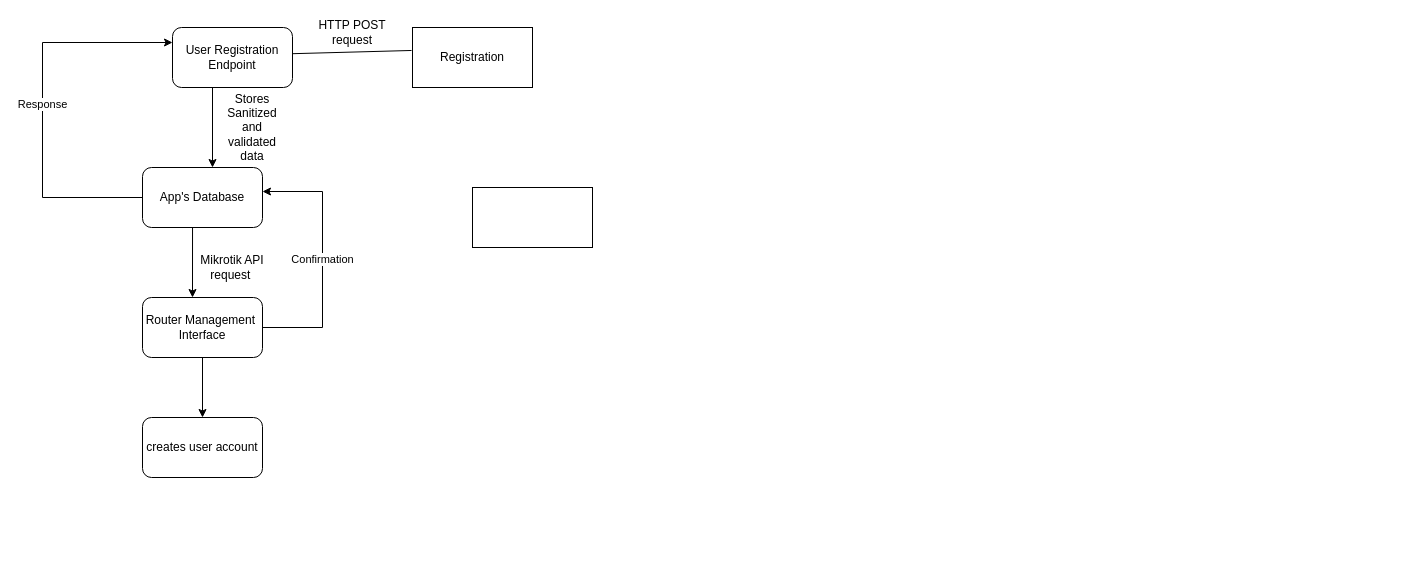
LeloKarma/website keeps this draw.io diagram as rechargeApp.drawio. Above is the earlier version. Source tidied: cells renumbered, new cells numbered last; positions are measured from the earlier drawing's top-left corner, leaving out a move shared by most shapes. Both pictures are drawn from the tidied source at 100%, with x=0, y=0 at pixel (42, 17).
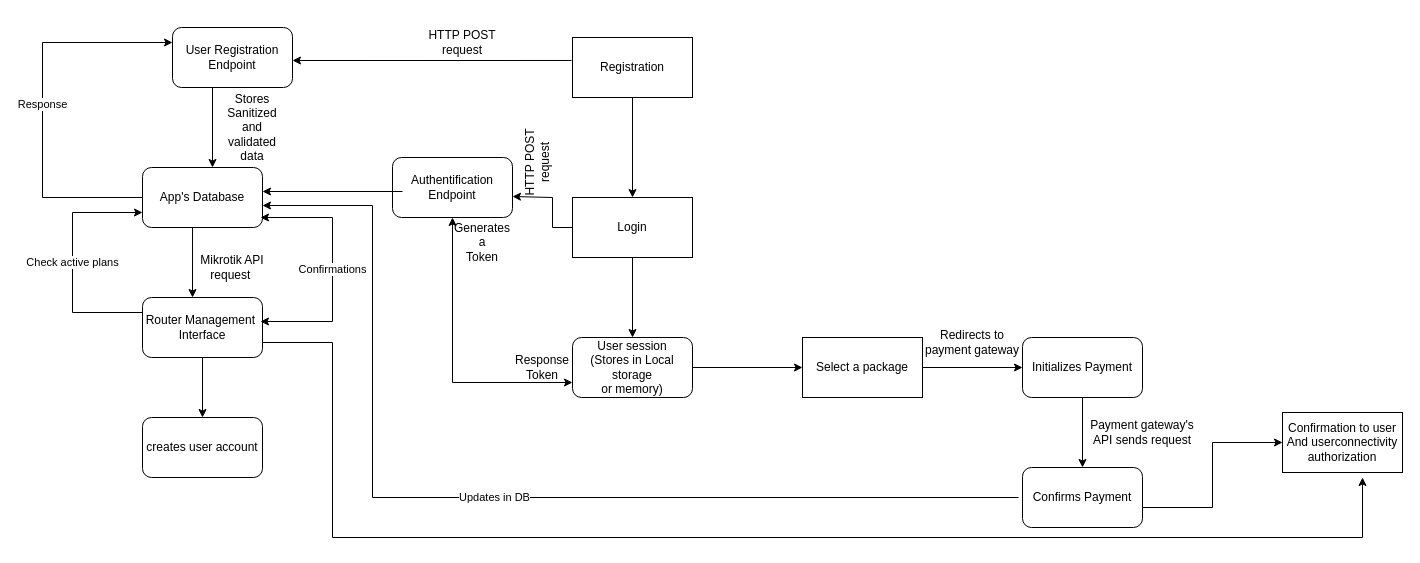
Above is the later version.

Unchanged cells that the change refers to:
```xml
<mxCell id="8" value="App's Database" style="rounded=1;whiteSpace=wrap;html=1;" parent="1" vertex="1">
  <mxGeometry x="100" y="150" width="120" height="60" as="geometry" />
</mxCell>
<mxCell id="12" value="Router Management&amp;nbsp;&lt;br&gt;Interface" style="rounded=1;whiteSpace=wrap;html=1;" parent="1" vertex="1">
  <mxGeometry x="100" y="280" width="120" height="60" as="geometry" />
</mxCell>
```

Change to the diagram source:
```diff
@@
     <mxCell id="2" value="Registration" style="rounded=0;whiteSpace=wrap;html=1;" parent="1" vertex="1">
-      <mxGeometry x="370" y="10" width="120" height="60" as="geometry" />
+      <mxGeometry x="530" y="20" width="120" height="60" as="geometry" />
     </mxCell>
-    <mxCell id="3" style="rounded=0;whiteSpace=wrap;html=1;" parent="1" vertex="1">
-      <mxGeometry x="430" y="170" width="120" height="60" as="geometry" />
+    <mxCell id="3" value="Login" style="rounded=0;whiteSpace=wrap;html=1;" parent="1" vertex="1">
+      <mxGeometry x="530" y="180" width="120" height="60" as="geometry" />
     </mxCell>
-    <mxCell id="4" style="endArrow=classic;html=1;rounded=0;exitX=-0.008;exitY=0.383;exitDx=0;exitDy=0;exitPerimeter=0;entryX=1;entryY=0.588;entryDx=0;entryDy=0;entryPerimeter=0;" parent="1" edge="1" source="2">
+    <mxCell id="4" style="endArrow=classic;html=1;rounded=0;exitX=-0.008;exitY=0.383;exitDx=0;exitDy=0;exitPerimeter=0;" parent="1" edge="1" source="2">
       <mxGeometry relative="1" as="geometry">
-        <mxPoint x="220" y="37" as="targetPoint" />
+        <mxPoint x="250" y="43" as="targetPoint" />
       </mxGeometry>
     </mxCell>
     <mxCell id="5" value="HTTP POST request" style="text;strokeColor=none;align=center;fillColor=none;html=1;verticalAlign=middle;whiteSpace=wrap;rounded=0;" parent="1" vertex="1">
-      <mxGeometry x="260" width="100" height="30" as="geometry" />
+      <mxGeometry x="370" y="10" width="100" height="30" as="geometry" />
     </mxCell>
@@
+    <mxCell id="17" style="endArrow=classic;html=1;rounded=0;entryX=0.5;entryY=0;entryDx=0;entryDy=0;exitX=0.5;exitY=1;exitDx=0;exitDy=0;" parent="1" edge="1" source="2" target="3">
+      <mxGeometry relative="1" as="geometry" />
+    </mxCell>
+    <mxCell id="18" style="endArrow=classic;html=1;rounded=0;exitX=0;exitY=0.5;exitDx=0;exitDy=0;entryX=1;entryY=0.65;entryDx=0;entryDy=0;entryPerimeter=0;" parent="1" edge="1" source="3" target="19">
+      <mxGeometry relative="1" as="geometry">
+        <Array as="points">
+          <mxPoint x="510" y="210" />
+          <mxPoint x="510" y="180" />
+        </Array>
+      </mxGeometry>
+    </mxCell>
+    <mxCell id="19" value="Authentification&lt;br&gt;Endpoint" style="rounded=1;whiteSpace=wrap;html=1;" parent="1" vertex="1">
+      <mxGeometry x="350" y="140" width="120" height="60" as="geometry" />
+    </mxCell>
+    <mxCell id="20" style="endArrow=classic;html=1;rounded=0;entryX=1;entryY=0.4;entryDx=0;entryDy=0;entryPerimeter=0;" parent="1" edge="1" target="8">
+      <mxGeometry relative="1" as="geometry">
+        <mxPoint x="360" y="174" as="sourcePoint" />
+      </mxGeometry>
+    </mxCell>
+    <mxCell id="21" value="HTTP POST&lt;br&gt;request" style="text;strokeColor=none;align=center;fillColor=none;html=1;verticalAlign=middle;whiteSpace=wrap;rounded=0;rotation=-90;" parent="1" vertex="1">
+      <mxGeometry x="450" y="130" width="90" height="30" as="geometry" />
+    </mxCell>
+    <mxCell id="22" style="endArrow=classic;html=1;rounded=0;entryX=0.5;entryY=0;entryDx=0;entryDy=0;exitX=0.5;exitY=1;exitDx=0;exitDy=0;" parent="1" edge="1" source="3">
+      <mxGeometry relative="1" as="geometry">
+        <mxPoint x="590" y="320" as="targetPoint" />
+      </mxGeometry>
+    </mxCell>
+    <mxCell id="23" value="Generates a&lt;br&gt;Token" style="text;strokeColor=none;align=center;fillColor=none;html=1;verticalAlign=middle;whiteSpace=wrap;rounded=0;" parent="1" vertex="1">
+      <mxGeometry x="410" y="210" width="60" height="30" as="geometry" />
+    </mxCell>
+    <mxCell id="24" style="endArrow=classic;startArrow=classic;html=1;rounded=0;exitX=0;exitY=0.75;exitDx=0;exitDy=0;" parent="1" edge="1">
+      <mxGeometry relative="1" as="geometry">
+        <mxPoint x="530" y="365" as="sourcePoint" />
+        <mxPoint x="410" y="200" as="targetPoint" />
+        <Array as="points">
+          <mxPoint x="410" y="365" />
+        </Array>
+      </mxGeometry>
+    </mxCell>
+    <mxCell id="25" value="Response&lt;br&gt;Token" style="text;strokeColor=none;align=center;fillColor=none;html=1;verticalAlign=middle;whiteSpace=wrap;rounded=0;" parent="1" vertex="1">
+      <mxGeometry x="470" y="335" width="60" height="30" as="geometry" />
+    </mxCell>
+    <mxCell id="26" value="User session&lt;br style=&quot;border-color: var(--border-color);&quot;&gt;(Stores in Local storage&lt;br style=&quot;border-color: var(--border-color);&quot;&gt;or memory)" style="rounded=1;whiteSpace=wrap;html=1;" parent="1" vertex="1">
+      <mxGeometry x="530" y="320" width="120" height="60" as="geometry" />
+    </mxCell>
+    <mxCell id="27" value="Select a package" style="rounded=0;whiteSpace=wrap;html=1;" parent="1" vertex="1">
+      <mxGeometry x="760" y="320" width="120" height="60" as="geometry" />
+    </mxCell>
+    <mxCell id="28" style="endArrow=classic;html=1;rounded=0;entryX=0;entryY=0.5;entryDx=0;entryDy=0;" parent="1" edge="1" target="27">
+      <mxGeometry relative="1" as="geometry">
+        <mxPoint x="650" y="350" as="sourcePoint" />
+      </mxGeometry>
+    </mxCell>
+    <mxCell id="29" value="Initializes Payment" style="rounded=1;whiteSpace=wrap;html=1;" parent="1" vertex="1">
+      <mxGeometry x="980" y="320" width="120" height="60" as="geometry" />
+    </mxCell>
+    <mxCell id="30" style="endArrow=classic;html=1;rounded=0;exitX=1;exitY=0.5;exitDx=0;exitDy=0;entryX=0;entryY=0.5;entryDx=0;entryDy=0;" parent="1" edge="1" source="27" target="29">
+      <mxGeometry relative="1" as="geometry" />
+    </mxCell>
+    <mxCell id="31" style="endArrow=classic;html=1;rounded=0;exitX=0.5;exitY=1;exitDx=0;exitDy=0;" parent="1" edge="1" source="29">
+      <mxGeometry relative="1" as="geometry">
+        <mxPoint x="1040" y="450" as="targetPoint" />
+      </mxGeometry>
+    </mxCell>
+    <mxCell id="32" value="Confirms Payment" style="rounded=1;whiteSpace=wrap;html=1;" parent="1" vertex="1">
+      <mxGeometry x="980" y="450" width="120" height="60" as="geometry" />
+    </mxCell>
+    <mxCell id="33" value="Updates in DB" style="endArrow=classic;html=1;rounded=0;exitX=0;exitY=0.5;exitDx=0;exitDy=0;entryX=1.033;entryY=0.633;entryDx=0;entryDy=0;entryPerimeter=0;" parent="1" edge="1">
+      <mxGeometry relative="1" as="geometry">
+        <mxPoint x="976" y="480" as="sourcePoint" />
+        <mxPoint x="220" y="188" as="targetPoint" />
+        <Array as="points">
+          <mxPoint x="330" y="480" />
+          <mxPoint x="330" y="188" />
+        </Array>
+      </mxGeometry>
+    </mxCell>
-    <mxCell id="16" value="Confirmation" style="edgeStyle=none;rounded=0;jettySize=auto;html=1;exitX=1;exitY=0.5;exitDx=0;exitDy=0;entryX=1;entryY=0.4;entryDx=0;entryDy=0;entryPerimeter=0;" parent="1" edge="1" source="12" target="8">
+    <mxCell id="16" value="Check active plans" style="endArrow=classic;html=1;rounded=0;exitX=0;exitY=0.25;exitDx=0;exitDy=0;entryX=0;entryY=0.75;entryDx=0;entryDy=0;" parent="1" edge="1" source="12" target="8">
       <mxGeometry relative="1" as="geometry">
         <Array as="points">
-          <mxPoint x="280" y="310" />
-          <mxPoint x="280" y="174" />
+          <mxPoint x="30" y="295" />
+          <mxPoint x="30" y="195" />
         </Array>
       </mxGeometry>
     </mxCell>
+    <mxCell id="34" value="Payment gateway's API sends request" style="text;strokeColor=none;align=center;fillColor=none;html=1;verticalAlign=middle;whiteSpace=wrap;rounded=0;" parent="1" vertex="1">
+      <mxGeometry x="1040" y="400" width="120" height="30" as="geometry" />
+    </mxCell>
+    <mxCell id="35" value="Redirects to payment gateway" style="text;strokeColor=none;align=center;fillColor=none;html=1;verticalAlign=middle;whiteSpace=wrap;rounded=0;" parent="1" vertex="1">
+      <mxGeometry x="880" y="310" width="100" height="30" as="geometry" />
+    </mxCell>
+    <mxCell id="36" value="Confirmations" style="endArrow=classic;startArrow=classic;html=1;rounded=0;exitX=0.983;exitY=0.4;exitDx=0;exitDy=0;exitPerimeter=0;" parent="1" edge="1" source="12">
+      <mxGeometry relative="1" as="geometry">
+        <mxPoint x="218" y="200" as="targetPoint" />
+        <Array as="points">
+          <mxPoint x="290" y="304" />
+          <mxPoint x="290" y="200" />
+        </Array>
+      </mxGeometry>
+    </mxCell>
+    <mxCell id="37" value="Confirmation to user&lt;br&gt;And userconnectivity authorization" style="rounded=0;whiteSpace=wrap;html=1;" parent="1" vertex="1">
+      <mxGeometry x="1240" y="395" width="120" height="60" as="geometry" />
+    </mxCell>
+    <mxCell id="38" style="endArrow=classic;html=1;rounded=0;entryX=0;entryY=0.5;entryDx=0;entryDy=0;" parent="1" edge="1" target="37">
+      <mxGeometry relative="1" as="geometry">
+        <mxPoint x="1100" y="490" as="sourcePoint" />
+        <Array as="points">
+          <mxPoint x="1170" y="490" />
+          <mxPoint x="1170" y="425" />
+        </Array>
+      </mxGeometry>
+    </mxCell>
+    <mxCell id="39" style="endArrow=classic;html=1;rounded=0;exitX=1;exitY=0.75;exitDx=0;exitDy=0;" parent="1" edge="1" source="12">
+      <mxGeometry relative="1" as="geometry">
+        <mxPoint x="1320" y="460" as="targetPoint" />
+        <Array as="points">
+          <mxPoint x="290" y="325" />
+          <mxPoint x="290" y="520" />
+          <mxPoint x="1320" y="520" />
+        </Array>
+      </mxGeometry>
+    </mxCell>
```
